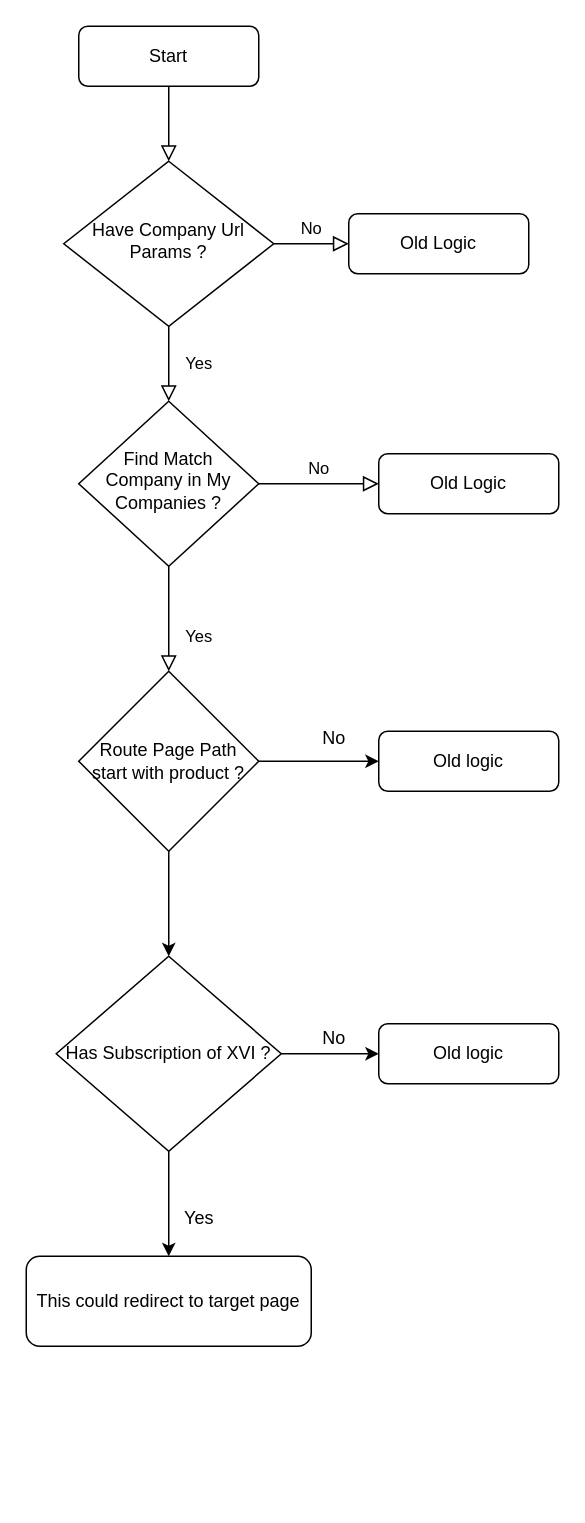
This is Auto-Check-Flow.drawio from SmileSB1O1/draw-active, a draw.io file, before an edit. Source tidied: cells renumbered, new cells numbered last; positions are measured from the earlier drawing's top-left corner, leaving out a move shared by most shapes. Both pictures are drawn from the tidied source at 150%, with x=0, y=0 at pixel (26, 26).
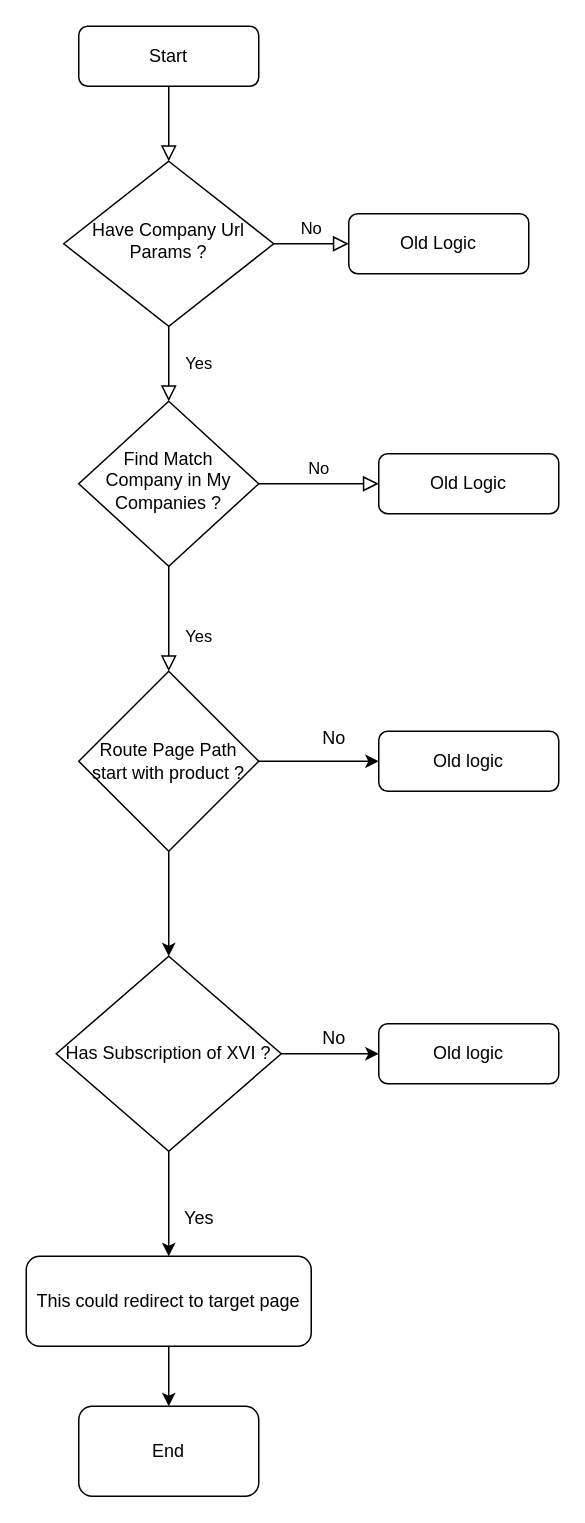
After the change.

Unchanged cells that the change refers to:
```xml
<mxCell id="22" value="This could redirect to target page" style="rounded=1;whiteSpace=wrap;html=1;" parent="1" vertex="1">
  <mxGeometry y="820" width="190" height="60" as="geometry" />
</mxCell>
```

Change to the diagram source:
```diff
@@
+    <mxCell id="24" style="edgeStyle=orthogonalEdgeStyle;rounded=0;jettySize=auto;html=1;exitX=0.5;exitY=1;exitDx=0;exitDy=0;entryX=0.5;entryY=0;entryDx=0;entryDy=0;" parent="1" edge="1" source="22" target="25">
+      <mxGeometry relative="1" as="geometry" />
+    </mxCell>
@@
+    <mxCell id="25" value="End" style="rounded=1;whiteSpace=wrap;html=1;" parent="1" vertex="1">
+      <mxGeometry x="35" y="920" width="120" height="60" as="geometry" />
+    </mxCell>
```
